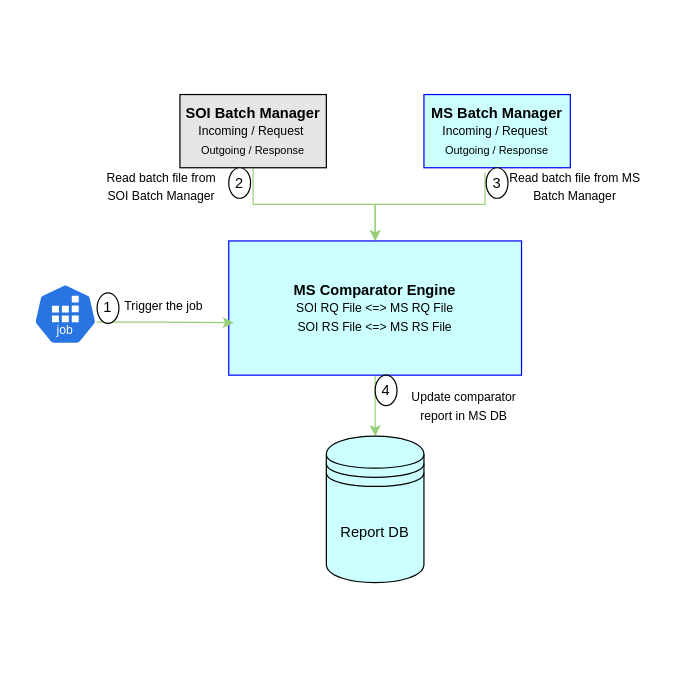
vigneswaran-svm/tibco_architecture keeps this draw.io diagram as archtecture_diagram/Batch_File_Arch.drawio. Above is the earlier version. Source tidied: cells renumbered, new cells numbered last; positions are measured from the earlier drawing's top-left corner, leaving out a move shared by most shapes. Both pictures are drawn from the tidied source at 122%, with x=0, y=0 at pixel (33, 94).
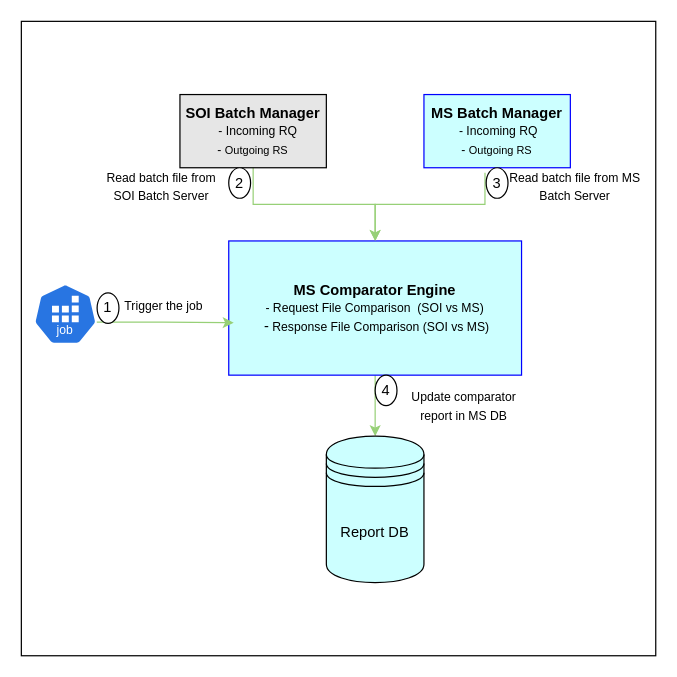
Above is the later version.

The edit, as a diff of the source:
```diff
@@
+    <mxCell id="19" style="whiteSpace=wrap;html=1;" parent="1" vertex="1">
+      <mxGeometry x="-10" y="-60" width="520" height="520" as="geometry" />
+    </mxCell>
@@
-    <mxCell id="4" value="&lt;b&gt;SOI Batch Manager&lt;/b&gt;&lt;div&gt;&lt;font style=&quot;font-size: 10px;&quot;&gt;Incoming / Request&amp;nbsp;&lt;/font&gt;&lt;/div&gt;&lt;div&gt;&lt;font style=&quot;font-size: 9px;&quot;&gt;Outgoing / Response&lt;/font&gt;&lt;/div&gt;" style="whiteSpace=wrap;html=1;strokeColor=#000000;fillColor=#E6E6E6;" parent="1" vertex="1">
+    <mxCell id="4" value="&lt;b&gt;SOI Batch Manager&lt;/b&gt;&lt;div style=&quot;&quot;&gt;&lt;font size=&quot;1&quot;&gt;&amp;nbsp; &amp;nbsp;- Incoming RQ&lt;/font&gt;&lt;/div&gt;&lt;div style=&quot;&quot;&gt;&lt;font size=&quot;1&quot;&gt;-&amp;nbsp;&lt;/font&gt;&lt;span style=&quot;font-size: 9px;&quot;&gt;Outgoing RS&lt;/span&gt;&lt;/div&gt;" style="whiteSpace=wrap;html=1;strokeColor=#000000;fillColor=#E6E6E6;" parent="1" vertex="1">
       <mxGeometry x="120" width="120" height="60" as="geometry" />
     </mxCell>
-    <mxCell id="5" value="&lt;b&gt;MS Batch Manager&lt;/b&gt;&lt;div&gt;&lt;div&gt;&lt;font style=&quot;font-size: 10px;&quot;&gt;Incoming / Request&amp;nbsp;&lt;/font&gt;&lt;/div&gt;&lt;div&gt;&lt;font style=&quot;font-size: 9px;&quot;&gt;Outgoing / Response&lt;/font&gt;&lt;/div&gt;&lt;/div&gt;" style="whiteSpace=wrap;html=1;fillColor=#CCFFFF;strokeColor=#0000FF;" parent="1" vertex="1">
+    <mxCell id="5" value="&lt;b&gt;MS Batch Manager&lt;/b&gt;&lt;div&gt;&lt;div&gt;&lt;font size=&quot;1&quot;&gt;&amp;nbsp;- Incoming RQ&lt;/font&gt;&lt;/div&gt;&lt;div&gt;&lt;font size=&quot;1&quot;&gt;-&amp;nbsp;&lt;/font&gt;&lt;span style=&quot;font-size: 9px;&quot;&gt;Outgoing RS&lt;/span&gt;&lt;/div&gt;&lt;/div&gt;" style="whiteSpace=wrap;html=1;fillColor=#CCFFFF;strokeColor=#0000FF;" parent="1" vertex="1">
       <mxGeometry x="320" width="120" height="60" as="geometry" />
     </mxCell>
@@
-    <mxCell id="7" value="&lt;b&gt;MS Comparator Engine&lt;/b&gt;&lt;div&gt;&lt;font style=&quot;font-size: 10px;&quot;&gt;SOI RQ File &amp;lt;=&amp;gt; MS RQ File&lt;/font&gt;&lt;/div&gt;&lt;div&gt;&lt;font style=&quot;font-size: 10px;&quot;&gt;SOI RS File &amp;lt;=&amp;gt; MS RS File&lt;/font&gt;&lt;br&gt;&lt;/div&gt;" style="whiteSpace=wrap;html=1;fillColor=#CCFFFF;strokeColor=#0000FF;" parent="1" vertex="1">
+    <mxCell id="7" value="&lt;b&gt;MS Comparator Engine&lt;/b&gt;&lt;div&gt;&lt;font style=&quot;font-size: 10px;&quot;&gt;- Request File Comparison &amp;nbsp;(SOI vs MS)&lt;/font&gt;&lt;/div&gt;&lt;div&gt;&amp;nbsp;-&lt;font style=&quot;font-size: 10px;&quot;&gt; Response File Comparison (SOI vs MS)&lt;/font&gt;&lt;/div&gt;" style="whiteSpace=wrap;html=1;fillColor=#CCFFFF;strokeColor=#0000FF;" parent="1" vertex="1">
       <mxGeometry x="160" y="120" width="240" height="110" as="geometry" />
     </mxCell>
@@
-    <mxCell id="15" value="&lt;font style=&quot;font-size: 10px;&quot;&gt;Read batch file from SOI Batch Manager&lt;/font&gt;" style="text;html=1;whiteSpace=wrap;strokeColor=none;fillColor=none;align=center;verticalAlign=middle;rounded=0;" parent="1" vertex="1">
+    <mxCell id="15" value="&lt;font style=&quot;font-size: 10px;&quot;&gt;Read batch file from SOI Batch Server&lt;/font&gt;" style="text;html=1;whiteSpace=wrap;strokeColor=none;fillColor=none;align=center;verticalAlign=middle;rounded=0;" parent="1" vertex="1">
       <mxGeometry x="50" y="60" width="110" height="30" as="geometry" />
     </mxCell>
-    <mxCell id="16" value="&lt;font style=&quot;font-size: 10px;&quot;&gt;Read batch file from MS Batch Manager&lt;/font&gt;" style="text;html=1;whiteSpace=wrap;strokeColor=none;fillColor=none;align=center;verticalAlign=middle;rounded=0;" parent="1" vertex="1">
+    <mxCell id="16" value="&lt;font style=&quot;font-size: 10px;&quot;&gt;Read batch file from MS Batch Server&lt;/font&gt;" style="text;html=1;whiteSpace=wrap;strokeColor=none;fillColor=none;align=center;verticalAlign=middle;rounded=0;" parent="1" vertex="1">
       <mxGeometry x="389" y="60" width="110" height="30" as="geometry" />
     </mxCell>
```
